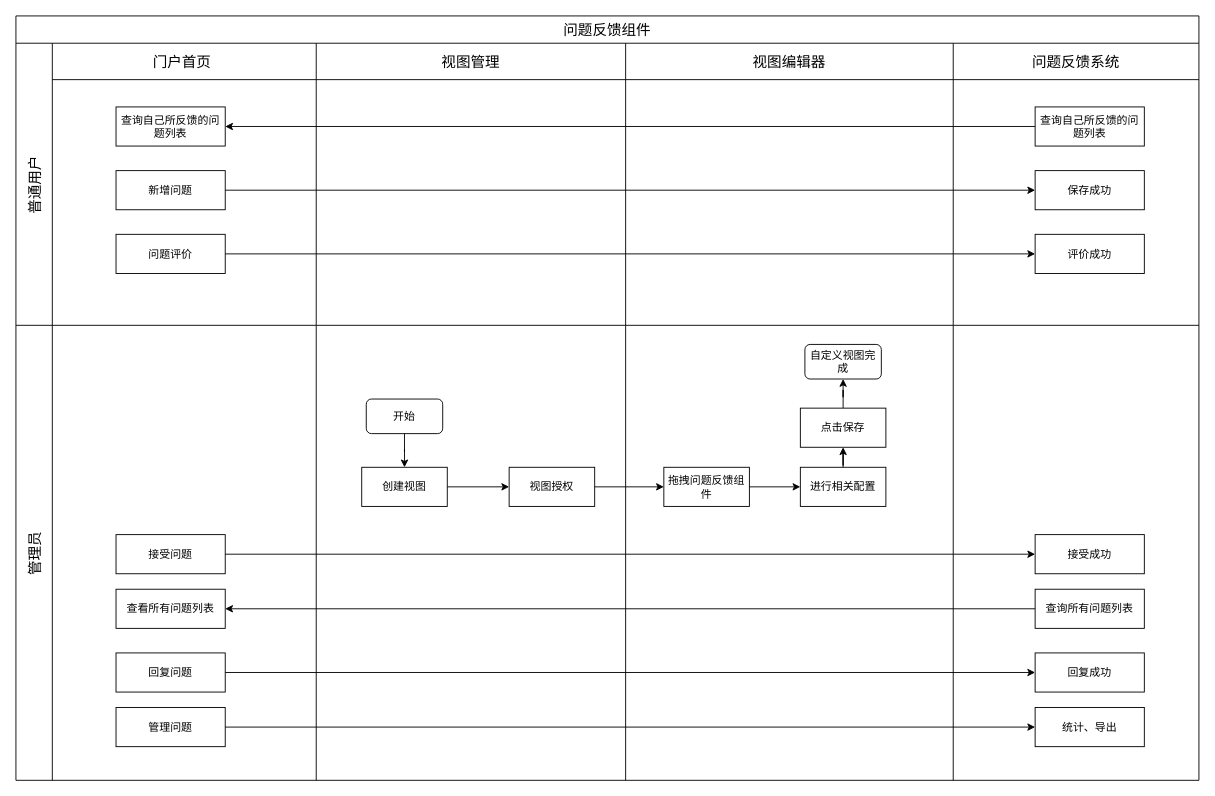
Before: draw.io/模型画画.drawio in Liang-yonghui/draw, a draw.io diagram. Source tidied: cells renumbered, new cells numbered last; positions are measured from the earlier drawing's top-left corner, leaving out a move shared by most shapes. Both pictures are drawn from the tidied source at 91%, with x=0, y=0 at pixel (15, 15).
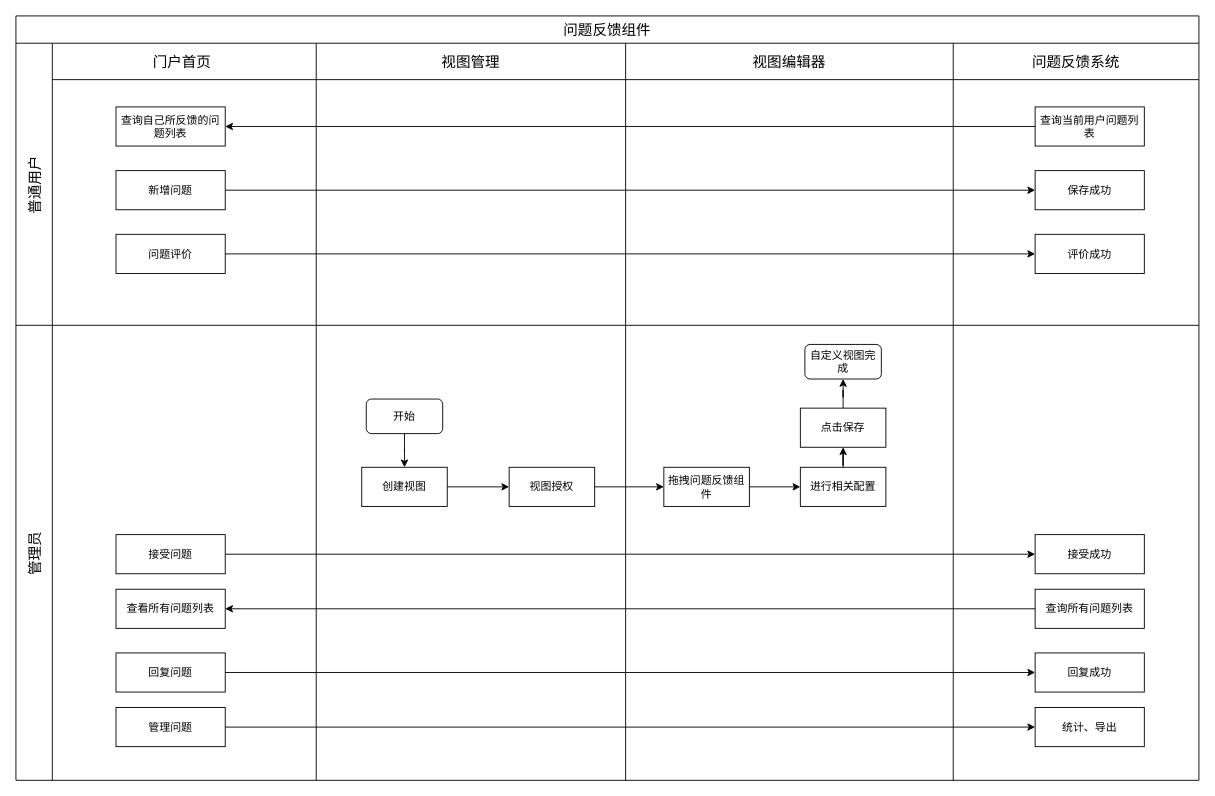
Above is the later version.

Commit message:
更新模型画画.drawio

Unchanged cells that the change refers to:
```xml
<mxCell id="10" value="问题反馈系统" style="swimlane;swimlaneHead=0;swimlaneBody=0;fontStyle=0;strokeColor=inherit;fillColor=none;startSize=40;fontSize=16;" parent="3" vertex="1">
  <mxGeometry x="1030" width="270" height="310" as="geometry" />
</mxCell>
```

Diff of the diagram source:
```diff
@@
-    <mxCell id="11" value="查询自己所反馈的问题列表" style="rounded=0;whiteSpace=wrap;html=1;" parent="10" vertex="1">
+    <mxCell id="11" value="查询当前用户问题列表" style="rounded=0;whiteSpace=wrap;html=1;" parent="10" vertex="1">
       <mxGeometry x="90" y="70" width="120" height="43" as="geometry" />
     </mxCell>
```
